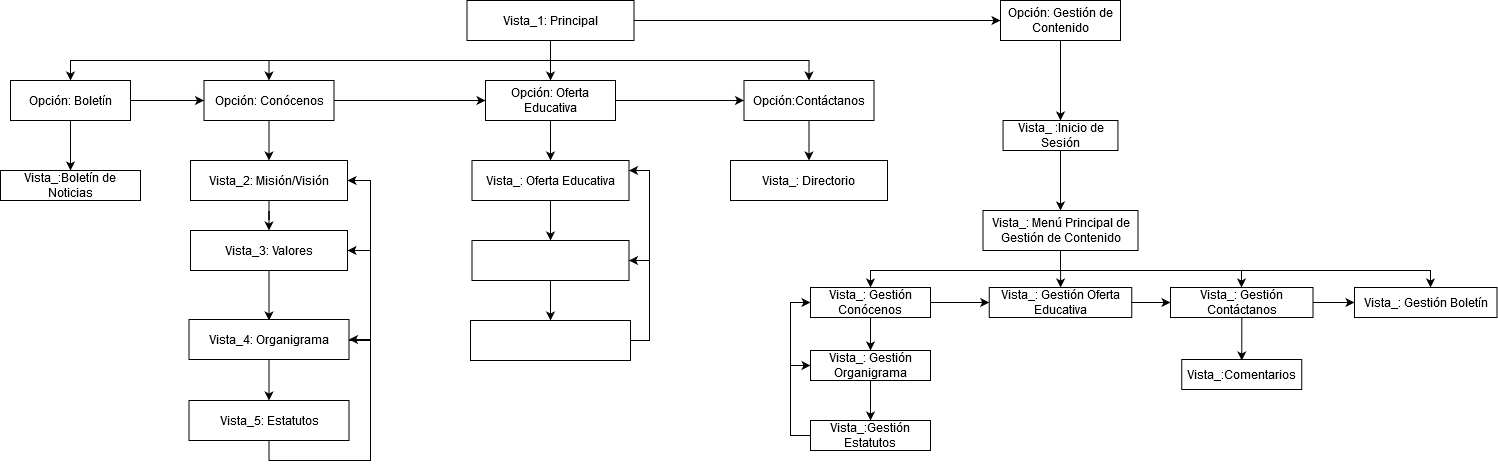
Before: MapaNavegacion.png, a diagram exported from draw.io (danielNYR/ProjectSchool). Source tidied: cells renumbered, new cells last; positions are measured from the earlier drawing's top-left corner, leaving out a move shared by most shapes.
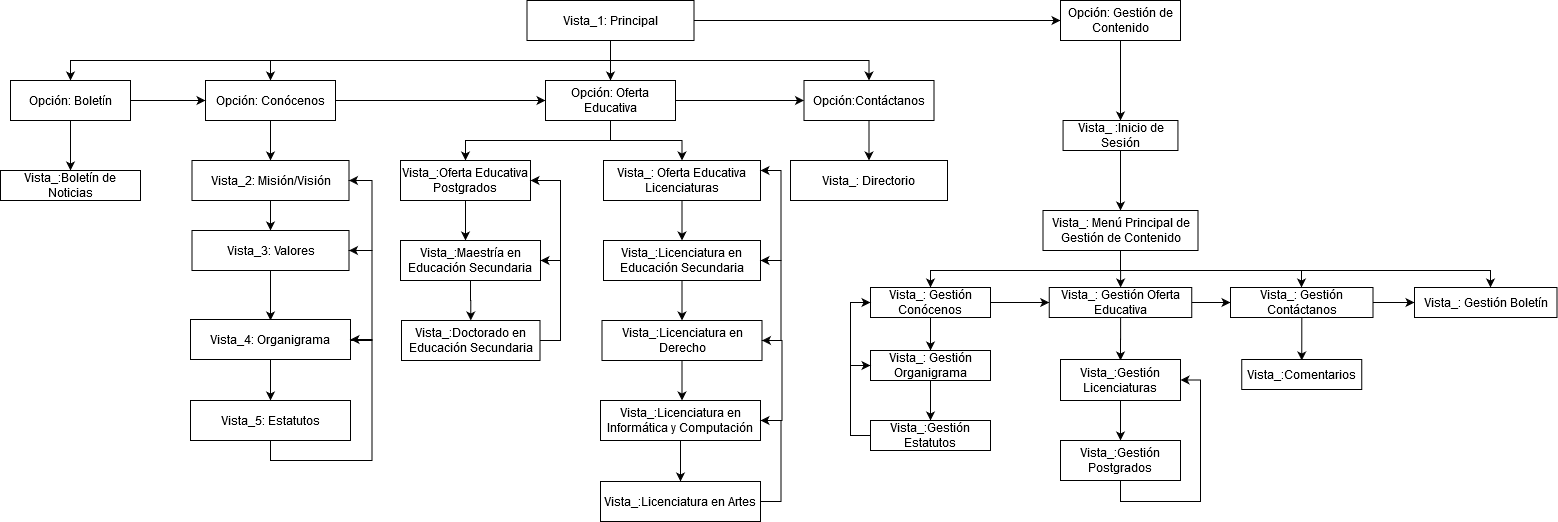
The same file after the commit.

The edit, as a diff of the source:
```diff
@@ -5,8 +5,8 @@
     <mxCell id="2" style="edgeStyle=orthogonalEdgeStyle;rounded=0;jettySize=auto;html=1;entryX=0.5;entryY=0;entryDx=0;entryDy=0;" parent="1" edge="1" source="7" target="10">
       <mxGeometry relative="1" as="geometry">
         <Array as="points">
-          <mxPoint x="550.5" y="60" />
-          <mxPoint x="268.5" y="60" />
+          <mxPoint x="550" y="60" />
+          <mxPoint x="210" y="60" />
         </Array>
       </mxGeometry>
     </mxCell>
@@ -29,7 +29,7 @@
       <mxGeometry relative="1" as="geometry">
         <Array as="points">
           <mxPoint x="550" y="60" />
-          <mxPoint x="70" y="60" />
+          <mxPoint x="10" y="60" />
         </Array>
       </mxGeometry>
     </mxCell>
@@ -43,16 +43,22 @@
       <mxGeometry relative="1" as="geometry" />
     </mxCell>
     <mxCell id="10" value="Opción: Conócenos" style="whiteSpace=wrap;html=1;rounded=0;" parent="1" vertex="1">
-      <mxGeometry x="203.5" y="80" width="130" height="40" as="geometry" />
+      <mxGeometry x="145" y="80" width="130" height="40" as="geometry" />
     </mxCell>
     <mxCell id="11" style="edgeStyle=orthogonalEdgeStyle;rounded=0;jettySize=auto;html=1;entryX=0;entryY=0.5;entryDx=0;entryDy=0;" parent="1" edge="1" source="13" target="15">
       <mxGeometry relative="1" as="geometry" />
     </mxCell>
-    <mxCell id="12" style="edgeStyle=orthogonalEdgeStyle;rounded=0;jettySize=auto;html=1;" parent="1" edge="1" source="13">
-      <mxGeometry relative="1" as="geometry">
-        <mxPoint x="550" y="160" as="targetPoint" />
-      </mxGeometry>
+    <mxCell id="12" style="edgeStyle=orthogonalEdgeStyle;rounded=0;jettySize=auto;html=1;entryX=0.5;entryY=0;entryDx=0;entryDy=0;" parent="1" edge="1" source="13" target="19">
+      <mxGeometry relative="1" as="geometry" />
     </mxCell>
+    <mxCell id="62" style="edgeStyle=orthogonalEdgeStyle;rounded=0;jettySize=auto;html=1;entryX=0.5;entryY=0;entryDx=0;entryDy=0;" parent="1" edge="1" source="13" target="71">
+      <mxGeometry relative="1" as="geometry">
+        <Array as="points">
+          <mxPoint x="550" y="140" />
+          <mxPoint x="405" y="140" />
+        </Array>
+      </mxGeometry>
+    </mxCell>
     <mxCell id="13" value="Opción: Oferta Educativa" style="whiteSpace=wrap;html=1;rounded=0;" parent="1" vertex="1">
       <mxGeometry x="485" y="80" width="130" height="40" as="geometry" />
     </mxCell>
@@ -69,48 +75,48 @@
       <mxGeometry relative="1" as="geometry" />
     </mxCell>
     <mxCell id="17" value="Vista_2: Misión/Visión" style="rounded=0;whiteSpace=wrap;html=1;" parent="1" vertex="1">
-      <mxGeometry x="190" y="160" width="157" height="40" as="geometry" />
+      <mxGeometry x="131.5" y="160" width="157" height="40" as="geometry" />
     </mxCell>
     <mxCell id="18" style="edgeStyle=orthogonalEdgeStyle;rounded=0;jettySize=auto;html=1;entryX=0.5;entryY=0;entryDx=0;entryDy=0;" parent="1" edge="1" source="19" target="26">
       <mxGeometry relative="1" as="geometry" />
     </mxCell>
-    <mxCell id="19" value="Vista_: Oferta Educativa" style="rounded=0;whiteSpace=wrap;html=1;" parent="1" vertex="1">
-      <mxGeometry x="471.5" y="160" width="157" height="40" as="geometry" />
+    <mxCell id="19" value="Vista_: Oferta Educativa Licenciaturas" style="rounded=0;whiteSpace=wrap;html=1;" parent="1" vertex="1">
+      <mxGeometry x="543" y="160" width="157" height="40" as="geometry" />
     </mxCell>
     <mxCell id="20" value="Vista_: Directorio" style="rounded=0;whiteSpace=wrap;html=1;" parent="1" vertex="1">
       <mxGeometry x="730" y="160" width="157" height="40" as="geometry" />
     </mxCell>
     <mxCell id="21" style="edgeStyle=orthogonalEdgeStyle;rounded=0;jettySize=auto;html=1;" parent="1" edge="1" source="23">
       <mxGeometry relative="1" as="geometry">
-        <mxPoint x="268.5" y="320" as="targetPoint" />
+        <mxPoint x="210" y="320" as="targetPoint" />
       </mxGeometry>
     </mxCell>
     <mxCell id="22" style="edgeStyle=orthogonalEdgeStyle;rounded=0;jettySize=auto;html=1;entryX=1;entryY=0.5;entryDx=0;entryDy=0;exitX=1;exitY=0.5;exitDx=0;exitDy=0;" parent="1" edge="1" source="23" target="17">
       <mxGeometry relative="1" as="geometry">
         <Array as="points">
-          <mxPoint x="370" y="250" />
-          <mxPoint x="370" y="180" />
+          <mxPoint x="311.5" y="250" />
+          <mxPoint x="311.5" y="180" />
         </Array>
       </mxGeometry>
     </mxCell>
     <mxCell id="23" value="Vista_3: Valores" style="rounded=0;whiteSpace=wrap;html=1;" parent="1" vertex="1">
-      <mxGeometry x="190" y="230" width="157" height="40" as="geometry" />
+      <mxGeometry x="131.5" y="230" width="157" height="40" as="geometry" />
     </mxCell>
     <mxCell id="24" style="edgeStyle=orthogonalEdgeStyle;rounded=0;jettySize=auto;html=1;" parent="1" edge="1" source="26">
       <mxGeometry relative="1" as="geometry">
-        <mxPoint x="550" y="320" as="targetPoint" />
+        <mxPoint x="621.5" y="320" as="targetPoint" />
       </mxGeometry>
     </mxCell>
     <mxCell id="25" style="edgeStyle=orthogonalEdgeStyle;rounded=0;jettySize=auto;html=1;entryX=1;entryY=0.25;entryDx=0;entryDy=0;" parent="1" edge="1" source="26" target="19">
       <mxGeometry relative="1" as="geometry">
         <Array as="points">
-          <mxPoint x="649" y="260" />
-          <mxPoint x="649" y="170" />
+          <mxPoint x="720.5" y="260" />
+          <mxPoint x="720.5" y="170" />
         </Array>
       </mxGeometry>
     </mxCell>
-    <mxCell id="26" style="rounded=0;whiteSpace=wrap;html=1;" parent="1" vertex="1">
-      <mxGeometry x="471.5" y="240" width="157" height="40" as="geometry" />
+    <mxCell id="26" value="Vista_:Licenciatura en Educación Secundaria" style="rounded=0;whiteSpace=wrap;html=1;" parent="1" vertex="1">
+      <mxGeometry x="543" y="240" width="157" height="40" as="geometry" />
     </mxCell>
     <mxCell id="27" style="edgeStyle=orthogonalEdgeStyle;rounded=0;jettySize=auto;html=1;" parent="1" edge="1" source="28" target="30">
       <mxGeometry relative="1" as="geometry" />
@@ -157,8 +163,8 @@
     <mxCell id="36" style="edgeStyle=orthogonalEdgeStyle;rounded=0;jettySize=auto;html=1;entryX=1;entryY=0.5;entryDx=0;entryDy=0;" parent="1" edge="1" source="38" target="23">
       <mxGeometry relative="1" as="geometry">
         <Array as="points">
-          <mxPoint x="370" y="340" />
-          <mxPoint x="370" y="250" />
+          <mxPoint x="311.5" y="340" />
+          <mxPoint x="311.5" y="250" />
         </Array>
       </mxGeometry>
     </mxCell>
@@ -166,7 +172,7 @@
       <mxGeometry relative="1" as="geometry" />
     </mxCell>
     <mxCell id="38" value="Vista_4: Organigrama" style="rounded=0;whiteSpace=wrap;html=1;" parent="1" vertex="1">
-      <mxGeometry x="188.5" y="319" width="160" height="40" as="geometry" />
+      <mxGeometry x="130" y="319" width="160" height="40" as="geometry" />
     </mxCell>
     <mxCell id="39" style="edgeStyle=orthogonalEdgeStyle;rounded=0;jettySize=auto;html=1;entryX=0;entryY=0.5;entryDx=0;entryDy=0;" parent="1" edge="1" source="41" target="43">
       <mxGeometry relative="1" as="geometry" />
@@ -180,6 +186,11 @@
     <mxCell id="42" style="edgeStyle=orthogonalEdgeStyle;rounded=0;jettySize=auto;html=1;entryX=0;entryY=0.5;entryDx=0;entryDy=0;" parent="1" edge="1" source="43" target="46">
       <mxGeometry relative="1" as="geometry" />
     </mxCell>
+    <mxCell id="63" style="edgeStyle=orthogonalEdgeStyle;rounded=0;jettySize=auto;html=1;" parent="1" edge="1" source="43">
+      <mxGeometry relative="1" as="geometry">
+        <mxPoint x="1060" y="360" as="targetPoint" />
+      </mxGeometry>
+    </mxCell>
     <mxCell id="43" value="Vista_: Gestión Oferta Educativa" style="whiteSpace=wrap;html=1;rounded=0;" parent="1" vertex="1">
       <mxGeometry x="988.8" y="287" width="142.5" height="30" as="geometry" />
     </mxCell>
@@ -204,21 +215,21 @@
       <mxGeometry relative="1" as="geometry" />
     </mxCell>
     <mxCell id="50" value="Opción: Boletín" style="rounded=0;whiteSpace=wrap;html=1;" parent="1" vertex="1">
-      <mxGeometry x="10" y="80" width="120" height="40" as="geometry" />
+      <mxGeometry x="-50" y="80" width="120" height="40" as="geometry" />
     </mxCell>
     <mxCell id="51" value="Vista_:Boletín de Noticias" style="rounded=0;whiteSpace=wrap;html=1;" parent="1" vertex="1">
-      <mxGeometry y="170" width="140" height="30" as="geometry" />
+      <mxGeometry x="-60" y="170" width="140" height="30" as="geometry" />
     </mxCell>
     <mxCell id="52" style="edgeStyle=orthogonalEdgeStyle;rounded=0;jettySize=auto;html=1;entryX=1;entryY=0.5;entryDx=0;entryDy=0;" parent="1" edge="1" source="53" target="38">
       <mxGeometry relative="1" as="geometry">
         <Array as="points">
-          <mxPoint x="370" y="460" />
-          <mxPoint x="370" y="339" />
+          <mxPoint x="311.5" y="460" />
+          <mxPoint x="311.5" y="339" />
         </Array>
       </mxGeometry>
     </mxCell>
     <mxCell id="53" value="Vista_5: Estatutos" style="rounded=0;whiteSpace=wrap;html=1;" parent="1" vertex="1">
-      <mxGeometry x="188.5" y="400" width="160" height="40" as="geometry" />
+      <mxGeometry x="130" y="400" width="160" height="40" as="geometry" />
     </mxCell>
     <mxCell id="54" style="edgeStyle=orthogonalEdgeStyle;rounded=0;jettySize=auto;html=1;" parent="1" edge="1" source="56">
       <mxGeometry relative="1" as="geometry">
@@ -253,13 +264,93 @@
     <mxCell id="60" style="edgeStyle=orthogonalEdgeStyle;rounded=0;jettySize=auto;html=1;entryX=1;entryY=0.5;entryDx=0;entryDy=0;" parent="1" edge="1" source="61" target="26">
       <mxGeometry relative="1" as="geometry">
         <Array as="points">
-          <mxPoint x="649" y="340" />
-          <mxPoint x="649" y="260" />
+          <mxPoint x="720.5" y="340" />
+          <mxPoint x="720.5" y="260" />
         </Array>
       </mxGeometry>
     </mxCell>
+    <mxCell id="64" style="edgeStyle=orthogonalEdgeStyle;rounded=0;jettySize=auto;html=1;" parent="1" edge="1" source="61">
+      <mxGeometry relative="1" as="geometry">
+        <mxPoint x="621.5" y="400" as="targetPoint" />
+      </mxGeometry>
+    </mxCell>
-    <mxCell id="61" style="rounded=0;whiteSpace=wrap;html=1;" parent="1" vertex="1">
-      <mxGeometry x="470" y="320" width="160" height="40" as="geometry" />
+    <mxCell id="61" value="Vista_:Licenciatura en Derecho" style="rounded=0;whiteSpace=wrap;html=1;" parent="1" vertex="1">
+      <mxGeometry x="541.5" y="320" width="160" height="40" as="geometry" />
     </mxCell>
+    <mxCell id="65" style="edgeStyle=orthogonalEdgeStyle;rounded=0;jettySize=auto;html=1;entryX=1;entryY=0.5;entryDx=0;entryDy=0;" parent="1" edge="1" source="67" target="61">
+      <mxGeometry relative="1" as="geometry">
+        <Array as="points">
+          <mxPoint x="721.5" y="420" />
+          <mxPoint x="721.5" y="340" />
+        </Array>
+      </mxGeometry>
+    </mxCell>
+    <mxCell id="66" style="edgeStyle=orthogonalEdgeStyle;rounded=0;jettySize=auto;html=1;entryX=0.5;entryY=0;entryDx=0;entryDy=0;" parent="1" edge="1" source="67" target="69">
+      <mxGeometry relative="1" as="geometry" />
+    </mxCell>
+    <mxCell id="67" value="Vista_:Licenciatura en Informática y Computación" style="rounded=0;whiteSpace=wrap;html=1;" parent="1" vertex="1">
+      <mxGeometry x="540" y="400" width="160" height="40" as="geometry" />
+    </mxCell>
+    <mxCell id="68" style="edgeStyle=orthogonalEdgeStyle;rounded=0;jettySize=auto;html=1;entryX=1;entryY=0.5;entryDx=0;entryDy=0;" parent="1" edge="1" source="69" target="67">
+      <mxGeometry relative="1" as="geometry">
+        <Array as="points">
+          <mxPoint x="720.5" y="501" />
+          <mxPoint x="720.5" y="420" />
+        </Array>
+      </mxGeometry>
+    </mxCell>
+    <mxCell id="69" value="Vista_:Licenciatura en Artes" style="rounded=0;whiteSpace=wrap;html=1;" parent="1" vertex="1">
+      <mxGeometry x="540" y="481" width="160" height="40" as="geometry" />
+    </mxCell>
+    <mxCell id="70" style="edgeStyle=orthogonalEdgeStyle;rounded=0;jettySize=auto;html=1;" parent="1" edge="1" source="71">
+      <mxGeometry relative="1" as="geometry">
+        <mxPoint x="405" y="240" as="targetPoint" />
+      </mxGeometry>
+    </mxCell>
+    <mxCell id="71" value="Vista_:Oferta Educativa Postgrados" style="rounded=0;whiteSpace=wrap;html=1;" parent="1" vertex="1">
+      <mxGeometry x="340" y="160" width="130" height="40" as="geometry" />
+    </mxCell>
+    <mxCell id="72" style="edgeStyle=orthogonalEdgeStyle;rounded=0;jettySize=auto;html=1;entryX=0.5;entryY=0;entryDx=0;entryDy=0;" parent="1" edge="1" source="74" target="76">
+      <mxGeometry relative="1" as="geometry" />
+    </mxCell>
+    <mxCell id="73" style="edgeStyle=orthogonalEdgeStyle;rounded=0;jettySize=auto;html=1;entryX=1;entryY=0.5;entryDx=0;entryDy=0;" parent="1" edge="1" source="74" target="71">
+      <mxGeometry relative="1" as="geometry">
+        <Array as="points">
+          <mxPoint x="500" y="260" />
+          <mxPoint x="500" y="180" />
+        </Array>
+      </mxGeometry>
+    </mxCell>
+    <mxCell id="74" value="Vista_:Maestría en Educación Secundaria" style="rounded=0;whiteSpace=wrap;html=1;" parent="1" vertex="1">
+      <mxGeometry x="340" y="240" width="140" height="40" as="geometry" />
+    </mxCell>
+    <mxCell id="75" style="edgeStyle=orthogonalEdgeStyle;rounded=0;jettySize=auto;html=1;entryX=1;entryY=0.5;entryDx=0;entryDy=0;" parent="1" edge="1" source="76" target="74">
+      <mxGeometry relative="1" as="geometry">
+        <Array as="points">
+          <mxPoint x="500" y="340" />
+          <mxPoint x="500" y="260" />
+        </Array>
+      </mxGeometry>
+    </mxCell>
+    <mxCell id="76" value="Vista_:Doctorado en Educación Secundaria" style="rounded=0;whiteSpace=wrap;html=1;" parent="1" vertex="1">
+      <mxGeometry x="341" y="320" width="138.5" height="40" as="geometry" />
+    </mxCell>
+    <mxCell id="77" style="edgeStyle=orthogonalEdgeStyle;rounded=0;jettySize=auto;html=1;" parent="1" edge="1" source="78" target="80">
+      <mxGeometry relative="1" as="geometry" />
+    </mxCell>
+    <mxCell id="78" value="Vista_:Gestión Licenciaturas" style="rounded=0;whiteSpace=wrap;html=1;" parent="1" vertex="1">
+      <mxGeometry x="1000" y="359" width="120" height="41" as="geometry" />
+    </mxCell>
+    <mxCell id="79" style="edgeStyle=orthogonalEdgeStyle;rounded=0;jettySize=auto;html=1;entryX=1;entryY=0.5;entryDx=0;entryDy=0;" parent="1" edge="1" source="80" target="78">
+      <mxGeometry relative="1" as="geometry">
+        <Array as="points">
+          <mxPoint x="1140" y="501" />
+          <mxPoint x="1140" y="380" />
+        </Array>
+      </mxGeometry>
+    </mxCell>
+    <mxCell id="80" value="Vista_:Gestión Postgrados" style="whiteSpace=wrap;html=1;rounded=0;" parent="1" vertex="1">
+      <mxGeometry x="1000" y="440" width="120" height="40" as="geometry" />
+    </mxCell>
   </root>
 </mxGraphModel>
```
